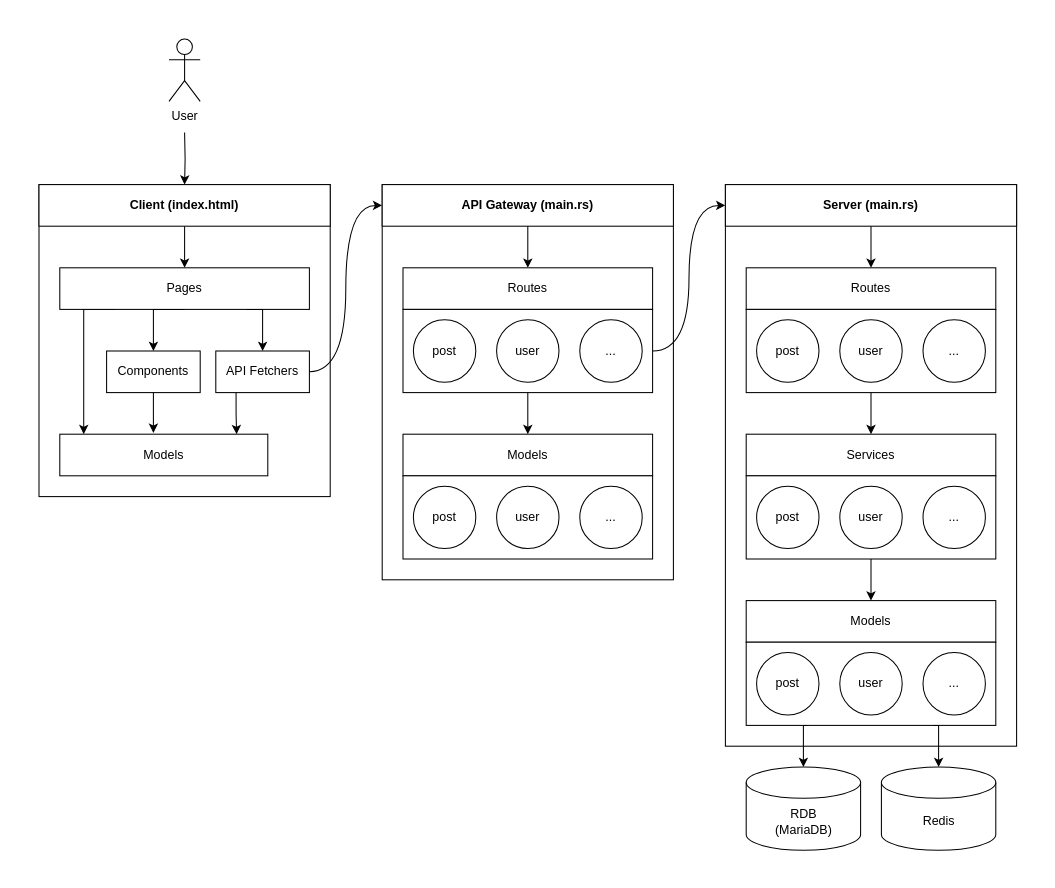
parksb/darim keeps this draw.io diagram as page "main" (1 of 6) of docs/diagrams/diagrams.drawio. Above is the earlier version. Source tidied: cells renumbered, new cells numbered last; positions are measured from the earlier drawing's top-left corner, leaving out a move shared by most shapes. Both pictures are drawn from the tidied source at 104%, with x=0, y=0 at pixel (18, 18).
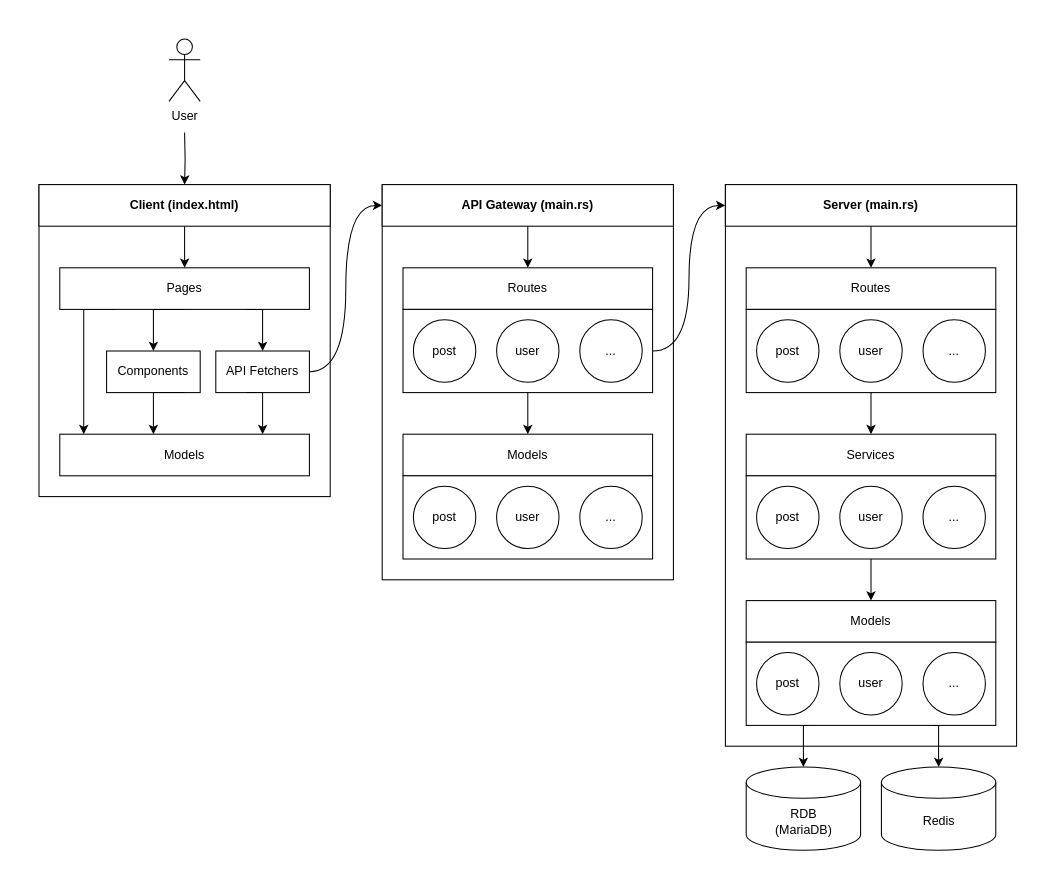
The same diagram, later.

Commit message (it also covers changes not shown here):
docs: Fix arrow alignment in main flow diagram

The change refers to these unchanged cells:
```xml
<mxCell id="5" style="group;" parent="1" vertex="1">
  <mxGeometry x="20" y="160" width="280" height="300" as="geometry" />
</mxCell>
<mxCell id="11" value="Components" style="rounded=0;whiteSpace=wrap;html=1;" parent="5" vertex="1">
  <mxGeometry x="65" y="160" width="90" height="40" as="geometry" />
</mxCell>
```

The edit, as a diff of the source:
```diff
@@
-    <mxCell id="13" style="edgeStyle=orthogonalEdgeStyle;rounded=0;orthogonalLoop=1;jettySize=auto;html=1;exitX=0.25;exitY=1;exitDx=0;exitDy=0;" parent="5" edge="1">
-      <mxGeometry relative="1" as="geometry">
-        <mxPoint x="189.5" y="200" as="sourcePoint" />
-        <mxPoint x="190" y="240" as="targetPoint" />
-        <Array as="points">
-          <mxPoint x="189" y="220" />
-          <mxPoint x="190" y="220" />
-        </Array>
-      </mxGeometry>
-    </mxCell>
@@
     <mxCell id="16" value="Models" style="rounded=0;whiteSpace=wrap;html=1;" parent="5" vertex="1">
-      <mxGeometry x="20" y="240" width="200" height="40" as="geometry" />
+      <mxGeometry x="20" y="240" width="240" height="40" as="geometry" />
     </mxCell>
-    <mxCell id="17" style="edgeStyle=orthogonalEdgeStyle;rounded=0;jettySize=auto;html=1;exitX=0.5;exitY=1;exitDx=0;exitDy=0;entryX=0.45;entryY=-0.03;entryDx=0;entryDy=0;entryPerimeter=0;" parent="5" edge="1" source="11" target="16">
-      <mxGeometry relative="1" as="geometry" />
-    </mxCell>
+    <mxCell id="63" style="edgeStyle=orthogonalEdgeStyle;rounded=0;orthogonalLoop=1;jettySize=auto;html=1;exitX=0.5;exitY=1;exitDx=0;exitDy=0;entryX=0.5;entryY=0;entryDx=0;entryDy=0;" parent="5" edge="1">
+      <mxGeometry relative="1" as="geometry">
+        <mxPoint x="140" y="200" as="sourcePoint" />
+        <mxPoint x="110" y="240" as="targetPoint" />
+        <Array as="points">
+          <mxPoint x="110" y="200" />
+        </Array>
+      </mxGeometry>
+    </mxCell>
+    <mxCell id="64" style="edgeStyle=orthogonalEdgeStyle;rounded=0;orthogonalLoop=1;jettySize=auto;html=1;exitX=0.75;exitY=1;exitDx=0;exitDy=0;entryX=0.5;entryY=0;entryDx=0;entryDy=0;" parent="5" edge="1">
+      <mxGeometry relative="1" as="geometry">
+        <mxPoint x="200" y="200" as="sourcePoint" />
+        <mxPoint x="215" y="240" as="targetPoint" />
+        <Array as="points">
+          <mxPoint x="215" y="200" />
+        </Array>
+      </mxGeometry>
+    </mxCell>
```
